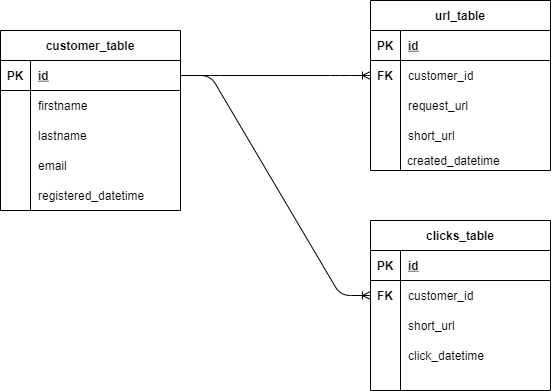
Earlier version of the draw.io export High-Level-Overview-ERD.png (eldrad294/Backend-Link-Shortener). Source tidied: cells renumbered, new cells last; positions are measured from the earlier drawing's top-left corner, leaving out a move shared by most shapes. The source it was exported from:
```xml
<mxGraphModel>
  <root>
    <mxCell id="0" />
    <mxCell id="1" parent="0" />
    <mxCell id="2" value="customer_table" style="shape=table;startSize=30;rowLines=0;fontStyle=1;align=center;shadow=0;" parent="1" vertex="1">
      <mxGeometry y="30" width="180" height="180" as="geometry" />
    </mxCell>
    <mxCell id="3" style="shape=partialRectangle;fillColor=none;top=0;left=0;bottom=1;right=0;points=[[0,0.5],[1,0.5]];portConstraint=eastwest;" parent="2" vertex="1">
      <mxGeometry y="30" width="180" height="30" as="geometry" />
    </mxCell>
    <mxCell id="4" value="PK" style="shape=partialRectangle;fillColor=none;top=0;left=0;bottom=0;right=0;fontStyle=1;overflow=hidden;" parent="3" vertex="1">
      <mxGeometry width="30" height="30" as="geometry" />
    </mxCell>
    <mxCell id="5" value="id" style="shape=partialRectangle;fillColor=none;top=0;left=0;bottom=0;right=0;align=left;spacingLeft=6;fontStyle=5;overflow=hidden;" parent="3" vertex="1">
      <mxGeometry x="30" width="150" height="30" as="geometry" />
    </mxCell>
    <mxCell id="6" style="shape=partialRectangle;fillColor=none;top=0;left=0;bottom=0;right=0;" parent="2" vertex="1">
      <mxGeometry y="60" width="180" height="30" as="geometry" />
    </mxCell>
    <mxCell id="7" style="shape=partialRectangle;fillColor=none;top=0;left=0;bottom=0;right=0;overflow=hidden;" parent="6" vertex="1">
      <mxGeometry width="30" height="30" as="geometry" />
    </mxCell>
    <mxCell id="8" value="firstname" style="shape=partialRectangle;fillColor=none;top=0;left=0;bottom=0;right=0;align=left;spacingLeft=6;overflow=hidden;" parent="6" vertex="1">
      <mxGeometry x="30" width="150" height="30" as="geometry" />
    </mxCell>
    <mxCell id="9" style="shape=partialRectangle;fillColor=none;top=0;left=0;bottom=0;right=0;" parent="2" vertex="1">
      <mxGeometry y="90" width="180" height="30" as="geometry" />
    </mxCell>
    <mxCell id="10" style="shape=partialRectangle;fillColor=none;top=0;left=0;bottom=0;right=0;overflow=hidden;" parent="9" vertex="1">
      <mxGeometry width="30" height="30" as="geometry" />
    </mxCell>
    <mxCell id="11" value="lastname" style="shape=partialRectangle;fillColor=none;top=0;left=0;bottom=0;right=0;align=left;spacingLeft=6;overflow=hidden;" parent="9" vertex="1">
      <mxGeometry x="30" width="150" height="30" as="geometry" />
    </mxCell>
    <mxCell id="12" style="shape=partialRectangle;fillColor=none;top=0;left=0;bottom=0;right=0;" parent="2" vertex="1">
      <mxGeometry y="120" width="180" height="30" as="geometry" />
    </mxCell>
    <mxCell id="13" style="shape=partialRectangle;fillColor=none;top=0;left=0;bottom=0;right=0;overflow=hidden;" parent="12" vertex="1">
      <mxGeometry width="30" height="30" as="geometry" />
    </mxCell>
    <mxCell id="14" value="email" style="shape=partialRectangle;fillColor=none;top=0;left=0;bottom=0;right=0;align=left;spacingLeft=6;overflow=hidden;" parent="12" vertex="1">
      <mxGeometry x="30" width="150" height="30" as="geometry" />
    </mxCell>
    <mxCell id="15" value="registered_datetime" style="shape=partialRectangle;fillColor=none;top=0;left=0;bottom=0;right=0;align=left;spacingLeft=6;overflow=hidden;" parent="1" vertex="1">
      <mxGeometry x="30" y="180" width="150" height="30" as="geometry" />
    </mxCell>
    <mxCell id="16" value="url_table" style="shape=table;startSize=30;rowLines=0;fontStyle=1;align=center;shadow=0;" parent="1" vertex="1">
      <mxGeometry x="370" width="180" height="170" as="geometry" />
    </mxCell>
    <mxCell id="17" style="shape=partialRectangle;fillColor=none;top=0;left=0;bottom=1;right=0;" parent="16" vertex="1">
      <mxGeometry y="30" width="180" height="30" as="geometry" />
    </mxCell>
    <mxCell id="18" value="PK" style="shape=partialRectangle;fillColor=none;top=0;left=0;bottom=0;right=0;fontStyle=1;overflow=hidden;" parent="17" vertex="1">
      <mxGeometry width="30" height="30" as="geometry" />
    </mxCell>
    <mxCell id="19" value="id" style="shape=partialRectangle;fillColor=none;top=0;left=0;bottom=0;right=0;align=left;spacingLeft=6;fontStyle=5;overflow=hidden;" parent="17" vertex="1">
      <mxGeometry x="30" width="150" height="30" as="geometry" />
    </mxCell>
    <mxCell id="20" style="shape=partialRectangle;fillColor=none;top=0;left=0;bottom=0;right=0;points=[[0,0.5],[1,0.5]];portConstraint=eastwest;" parent="16" vertex="1">
      <mxGeometry y="60" width="180" height="30" as="geometry" />
    </mxCell>
    <mxCell id="21" value="FK" style="shape=partialRectangle;fillColor=none;top=0;left=0;bottom=0;right=0;overflow=hidden;fontStyle=1;" parent="20" vertex="1">
      <mxGeometry width="30" height="30" as="geometry" />
    </mxCell>
    <mxCell id="22" value="customer_id" style="shape=partialRectangle;fillColor=none;top=0;left=0;bottom=0;right=0;align=left;spacingLeft=6;overflow=hidden;" parent="20" vertex="1">
      <mxGeometry x="30" width="150" height="30" as="geometry" />
    </mxCell>
    <mxCell id="23" style="shape=partialRectangle;fillColor=none;top=0;left=0;bottom=0;right=0;" parent="16" vertex="1">
      <mxGeometry y="90" width="180" height="30" as="geometry" />
    </mxCell>
    <mxCell id="24" style="shape=partialRectangle;fillColor=none;top=0;left=0;bottom=0;right=0;overflow=hidden;" parent="23" vertex="1">
      <mxGeometry width="30" height="30" as="geometry" />
    </mxCell>
    <mxCell id="25" value="request_url" style="shape=partialRectangle;fillColor=none;top=0;left=0;bottom=0;right=0;align=left;spacingLeft=6;overflow=hidden;" parent="23" vertex="1">
      <mxGeometry x="30" width="150" height="30" as="geometry" />
    </mxCell>
    <mxCell id="26" style="shape=partialRectangle;fillColor=none;top=0;left=0;bottom=0;right=0;" parent="16" vertex="1">
      <mxGeometry y="120" width="180" height="30" as="geometry" />
    </mxCell>
    <mxCell id="27" style="shape=partialRectangle;fillColor=none;top=0;left=0;bottom=0;right=0;overflow=hidden;" parent="26" vertex="1">
      <mxGeometry width="30" height="30" as="geometry" />
    </mxCell>
    <mxCell id="28" value="short_url" style="shape=partialRectangle;fillColor=none;top=0;left=0;bottom=0;right=0;align=left;spacingLeft=6;overflow=hidden;" parent="26" vertex="1">
      <mxGeometry x="30" width="150" height="30" as="geometry" />
    </mxCell>
    <mxCell id="29" value="created_datetime" style="text;html=1;align=left;verticalAlign=middle;strokeColor=none;" parent="1" vertex="1">
      <mxGeometry x="405" y="150" width="110" height="20" as="geometry" />
    </mxCell>
    <mxCell id="30" style="edgeStyle=entityRelationEdgeStyle;fontSize=12;html=1;endArrow=ERoneToMany;exitX=1;exitY=0.5;exitDx=0;exitDy=0;entryX=0;entryY=0.5;entryDx=0;entryDy=0;" parent="1" edge="1" source="3" target="20">
      <mxGeometry relative="1" as="geometry" />
    </mxCell>
    <mxCell id="31" value="clicks_table" style="shape=table;startSize=30;rowLines=0;fontStyle=1;align=center;shadow=0;" parent="1" vertex="1">
      <mxGeometry x="370" y="220" width="180" height="170" as="geometry" />
    </mxCell>
    <mxCell id="32" style="shape=partialRectangle;fillColor=none;top=0;left=0;bottom=1;right=0;" parent="31" vertex="1">
      <mxGeometry y="30" width="180" height="30" as="geometry" />
    </mxCell>
    <mxCell id="33" value="PK" style="shape=partialRectangle;fillColor=none;top=0;left=0;bottom=0;right=0;fontStyle=1;overflow=hidden;" parent="32" vertex="1">
      <mxGeometry width="30" height="30" as="geometry" />
    </mxCell>
    <mxCell id="34" value="id" style="shape=partialRectangle;fillColor=none;top=0;left=0;bottom=0;right=0;align=left;spacingLeft=6;fontStyle=5;overflow=hidden;" parent="32" vertex="1">
      <mxGeometry x="30" width="150" height="30" as="geometry" />
    </mxCell>
    <mxCell id="35" style="shape=partialRectangle;fillColor=none;top=0;left=0;bottom=0;right=0;points=[[0,0.5],[1,0.5]];portConstraint=eastwest;" parent="31" vertex="1">
      <mxGeometry y="60" width="180" height="30" as="geometry" />
    </mxCell>
    <mxCell id="36" value="FK" style="shape=partialRectangle;fillColor=none;top=0;left=0;bottom=0;right=0;overflow=hidden;fontStyle=1;" parent="35" vertex="1">
      <mxGeometry width="30" height="30" as="geometry" />
    </mxCell>
    <mxCell id="37" value="customer_id" style="shape=partialRectangle;fillColor=none;top=0;left=0;bottom=0;right=0;align=left;spacingLeft=6;overflow=hidden;" parent="35" vertex="1">
      <mxGeometry x="30" width="150" height="30" as="geometry" />
    </mxCell>
    <mxCell id="38" style="shape=partialRectangle;fillColor=none;top=0;left=0;bottom=0;right=0;" parent="31" vertex="1">
      <mxGeometry y="90" width="180" height="30" as="geometry" />
    </mxCell>
    <mxCell id="39" style="shape=partialRectangle;fillColor=none;top=0;left=0;bottom=0;right=0;overflow=hidden;" parent="38" vertex="1">
      <mxGeometry width="30" height="30" as="geometry" />
    </mxCell>
    <mxCell id="40" value="short_url" style="shape=partialRectangle;fillColor=none;top=0;left=0;bottom=0;right=0;align=left;spacingLeft=6;overflow=hidden;" parent="38" vertex="1">
      <mxGeometry x="30" width="150" height="30" as="geometry" />
    </mxCell>
    <mxCell id="41" style="shape=partialRectangle;fillColor=none;top=0;left=0;bottom=0;right=0;" parent="31" vertex="1">
      <mxGeometry y="120" width="180" height="30" as="geometry" />
    </mxCell>
    <mxCell id="42" style="shape=partialRectangle;fillColor=none;top=0;left=0;bottom=0;right=0;overflow=hidden;" parent="41" vertex="1">
      <mxGeometry width="30" height="30" as="geometry" />
    </mxCell>
    <mxCell id="43" value="click_datetime" style="shape=partialRectangle;fillColor=none;top=0;left=0;bottom=0;right=0;align=left;spacingLeft=6;overflow=hidden;" parent="41" vertex="1">
      <mxGeometry x="30" width="150" height="30" as="geometry" />
    </mxCell>
    <mxCell id="44" style="edgeStyle=entityRelationEdgeStyle;fontSize=12;html=1;endArrow=ERoneToMany;exitX=1;exitY=0.5;exitDx=0;exitDy=0;entryX=0;entryY=0.5;entryDx=0;entryDy=0;" parent="1" edge="1" source="3" target="35">
      <mxGeometry relative="1" as="geometry" />
    </mxCell>
  </root>
</mxGraphModel>
```
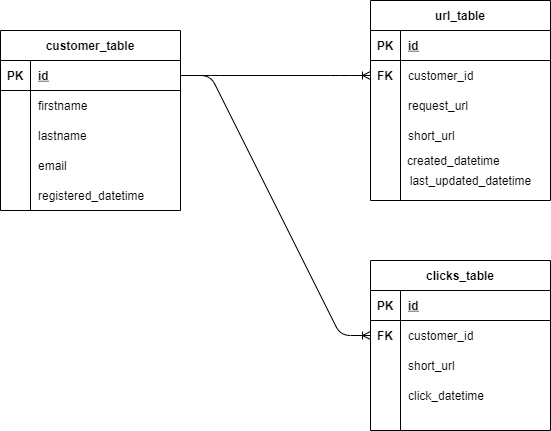
The same diagram one commit later.

Change to the diagram source:
```diff
@@ -45,7 +45,7 @@
       <mxGeometry x="30" y="180" width="150" height="30" as="geometry" />
     </mxCell>
     <mxCell id="16" value="url_table" style="shape=table;startSize=30;rowLines=0;fontStyle=1;align=center;shadow=0;" parent="1" vertex="1">
-      <mxGeometry x="370" width="180" height="170" as="geometry" />
+      <mxGeometry x="370" width="180" height="200" as="geometry" />
     </mxCell>
     <mxCell id="17" style="shape=partialRectangle;fillColor=none;top=0;left=0;bottom=1;right=0;" parent="16" vertex="1">
       <mxGeometry y="30" width="180" height="30" as="geometry" />
@@ -90,7 +90,7 @@
       <mxGeometry relative="1" as="geometry" />
     </mxCell>
     <mxCell id="31" value="clicks_table" style="shape=table;startSize=30;rowLines=0;fontStyle=1;align=center;shadow=0;" parent="1" vertex="1">
-      <mxGeometry x="370" y="220" width="180" height="170" as="geometry" />
+      <mxGeometry x="370" y="260" width="180" height="170" as="geometry" />
     </mxCell>
     <mxCell id="32" style="shape=partialRectangle;fillColor=none;top=0;left=0;bottom=1;right=0;" parent="31" vertex="1">
       <mxGeometry y="30" width="180" height="30" as="geometry" />
@@ -131,5 +131,8 @@
     <mxCell id="44" style="edgeStyle=entityRelationEdgeStyle;fontSize=12;html=1;endArrow=ERoneToMany;exitX=1;exitY=0.5;exitDx=0;exitDy=0;entryX=0;entryY=0.5;entryDx=0;entryDy=0;" parent="1" edge="1" source="3" target="35">
       <mxGeometry relative="1" as="geometry" />
     </mxCell>
+    <mxCell id="45" value="last_updated_datetime" style="text;html=1;align=center;verticalAlign=middle;strokeColor=none;" parent="1" vertex="1">
+      <mxGeometry x="400" y="170" width="140" height="20" as="geometry" />
+    </mxCell>
   </root>
 </mxGraphModel>
```
